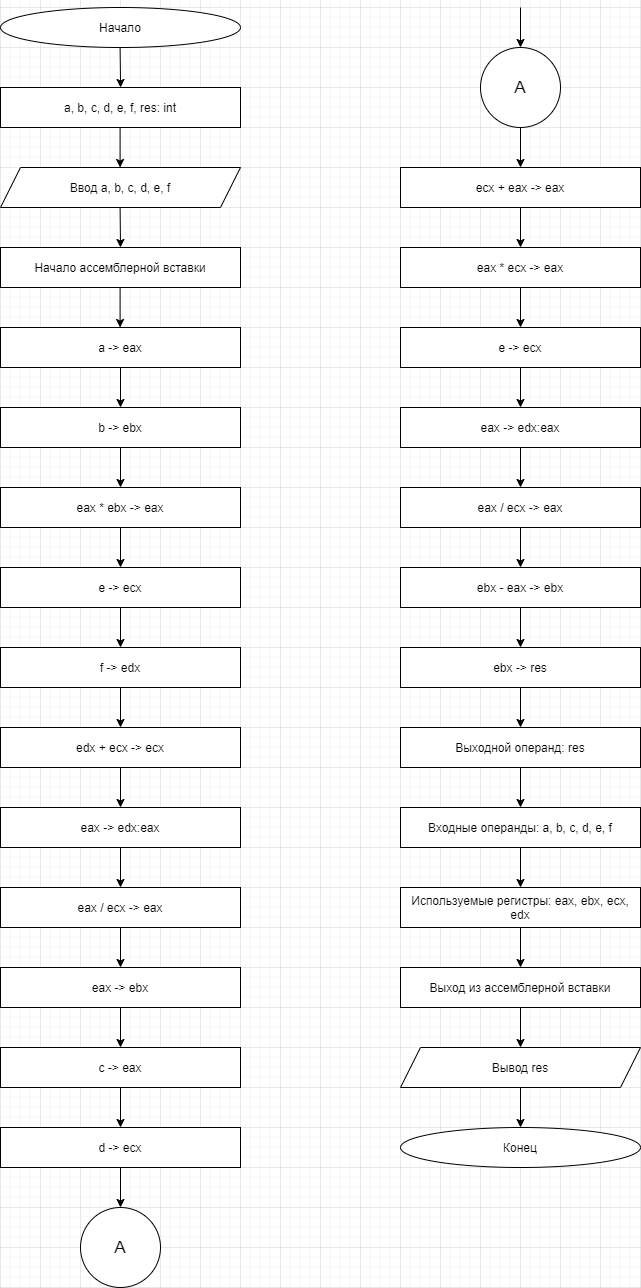
Above: Диаграмма без названия.drawio.png in morozzz7/first_repository777 (draw.io), before the change. Source tidied: cells renumbered, new cells last; positions are measured from the earlier drawing's top-left corner, leaving out a move shared by most shapes.
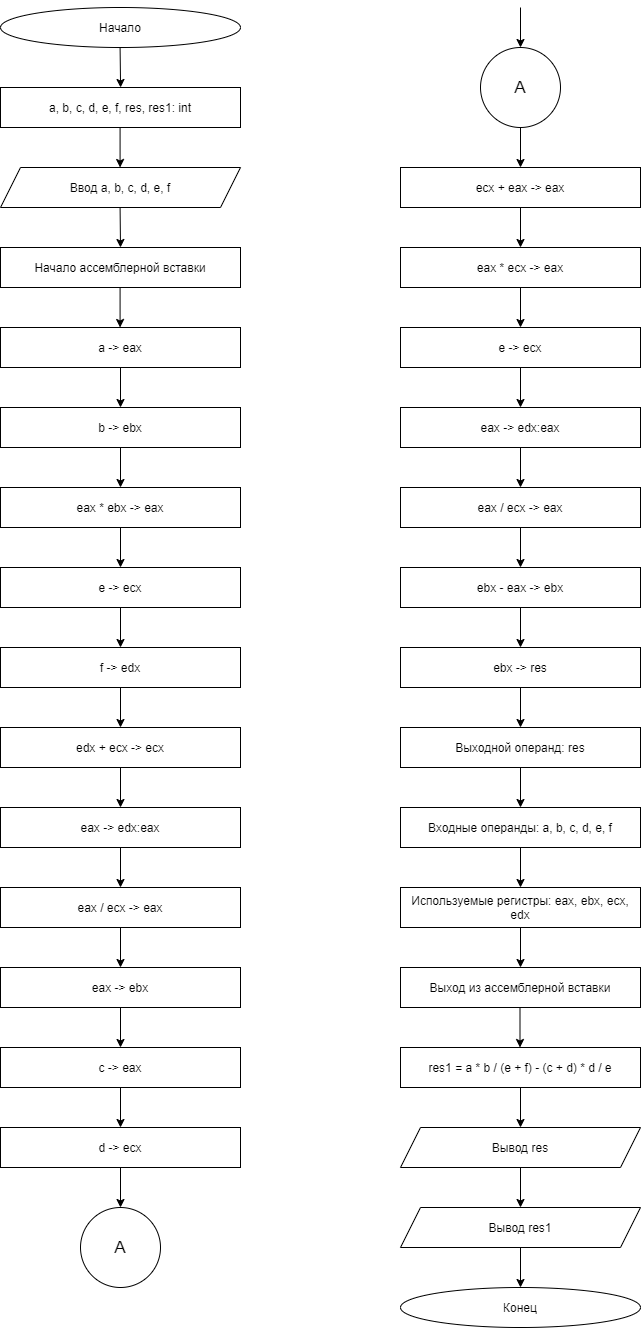
After the change.

The edit, as a diff of the source:
```diff
@@ -11,7 +11,7 @@
         <mxPoint x="120.1" y="80" as="targetPoint" />
       </mxGeometry>
     </mxCell>
-    <mxCell id="4" value="&lt;font&gt;a, b, c, d, e, f, res: int&lt;/font&gt;" style="rounded=0;whiteSpace=wrap;html=1;" parent="1" vertex="1">
+    <mxCell id="4" value="&lt;font&gt;a, b, c, d, e, f, res, res1: int&lt;/font&gt;" style="rounded=0;whiteSpace=wrap;html=1;" parent="1" vertex="1">
       <mxGeometry y="80" width="240" height="40" as="geometry" />
     </mxCell>
     <mxCell id="5" style="endArrow=classic;html=1;rounded=0;" parent="1" edge="1">
@@ -230,21 +230,16 @@
       </mxGeometry>
     </mxCell>
     <mxCell id="56" value="Вывод res" style="shape=parallelogram;perimeter=parallelogramPerimeter;whiteSpace=wrap;html=1;fixedSize=1;" parent="1" vertex="1">
-      <mxGeometry x="400" y="1040" width="240" height="40" as="geometry" />
+      <mxGeometry x="400" y="1120" width="240" height="40" as="geometry" />
     </mxCell>
-    <mxCell id="57" style="endArrow=classic;html=1;rounded=0;entryX=0.5;entryY=0;entryDx=0;entryDy=0;" parent="1" edge="1" target="56">
-      <mxGeometry relative="1" as="geometry">
-        <mxPoint x="520" y="1000" as="sourcePoint" />
-      </mxGeometry>
-    </mxCell>
     <mxCell id="58" style="endArrow=classic;html=1;rounded=0;" parent="1" edge="1">
       <mxGeometry relative="1" as="geometry">
-        <mxPoint x="520" y="1080" as="sourcePoint" />
-        <mxPoint x="520" y="1120" as="targetPoint" />
+        <mxPoint x="519.5" y="1000" as="sourcePoint" />
+        <mxPoint x="519.5" y="1040" as="targetPoint" />
       </mxGeometry>
     </mxCell>
     <mxCell id="59" value="Конец" style="ellipse;whiteSpace=wrap;html=1;" parent="1" vertex="1">
-      <mxGeometry x="400" y="1120" width="240" height="40" as="geometry" />
+      <mxGeometry x="400" y="1280" width="240" height="40" as="geometry" />
     </mxCell>
     <mxCell id="60" style="endArrow=classic;html=1;rounded=0;entryX=0.5;entryY=0;entryDx=0;entryDy=0;" parent="1" edge="1" target="31">
       <mxGeometry relative="1" as="geometry">
@@ -256,5 +251,26 @@
         <mxPoint x="120" y="1160" as="sourcePoint" />
       </mxGeometry>
     </mxCell>
+    <mxCell id="62" value="res1 = a * b / (e + f) - (c + d) * d / e" style="rounded=0;whiteSpace=wrap;html=1;" parent="1" vertex="1">
+      <mxGeometry x="400" y="1040" width="240" height="40" as="geometry" />
+    </mxCell>
+    <mxCell id="63" value="Вывод res1" style="shape=parallelogram;perimeter=parallelogramPerimeter;whiteSpace=wrap;html=1;fixedSize=1;" parent="1" vertex="1">
+      <mxGeometry x="400" y="1200" width="240" height="40" as="geometry" />
+    </mxCell>
+    <mxCell id="64" style="endArrow=classic;html=1;rounded=0;entryX=0.5;entryY=0;entryDx=0;entryDy=0;" parent="1" edge="1" target="56">
+      <mxGeometry relative="1" as="geometry">
+        <mxPoint x="520" y="1080" as="sourcePoint" />
+      </mxGeometry>
+    </mxCell>
+    <mxCell id="65" style="endArrow=classic;html=1;rounded=0;" parent="1" edge="1" target="63">
+      <mxGeometry relative="1" as="geometry">
+        <mxPoint x="520" y="1160" as="sourcePoint" />
+      </mxGeometry>
+    </mxCell>
+    <mxCell id="66" style="endArrow=classic;html=1;rounded=0;entryX=0.5;entryY=0;entryDx=0;entryDy=0;" parent="1" edge="1" target="59">
+      <mxGeometry relative="1" as="geometry">
+        <mxPoint x="520" y="1240" as="sourcePoint" />
+      </mxGeometry>
+    </mxCell>
   </root>
 </mxGraphModel>
```
